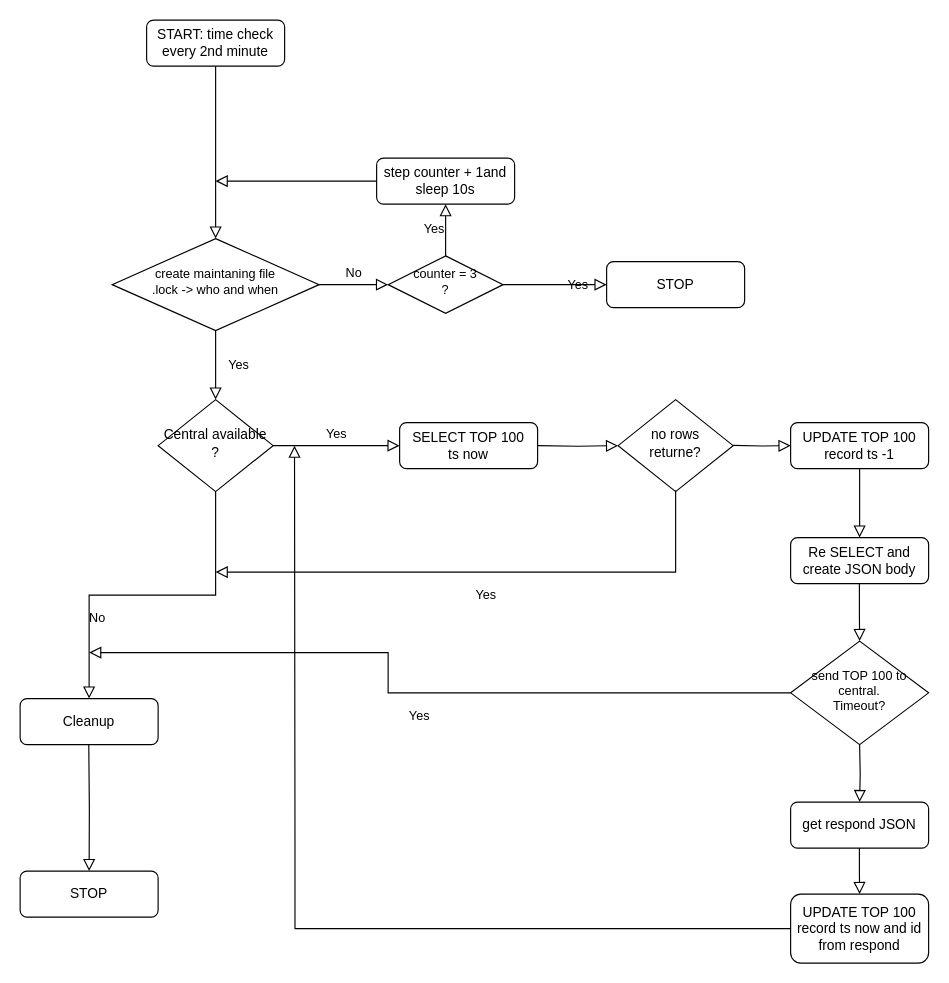
Above: Untitled Diagram.drawio in gyzszabo/go-hardware (draw.io), before the change. Source tidied: cells renumbered, new cells numbered last; positions are measured from the earlier drawing's top-left corner, leaving out a move shared by most shapes. Both pictures are drawn from the tidied source at 115%, with x=0, y=0 at pixel (20, 20).
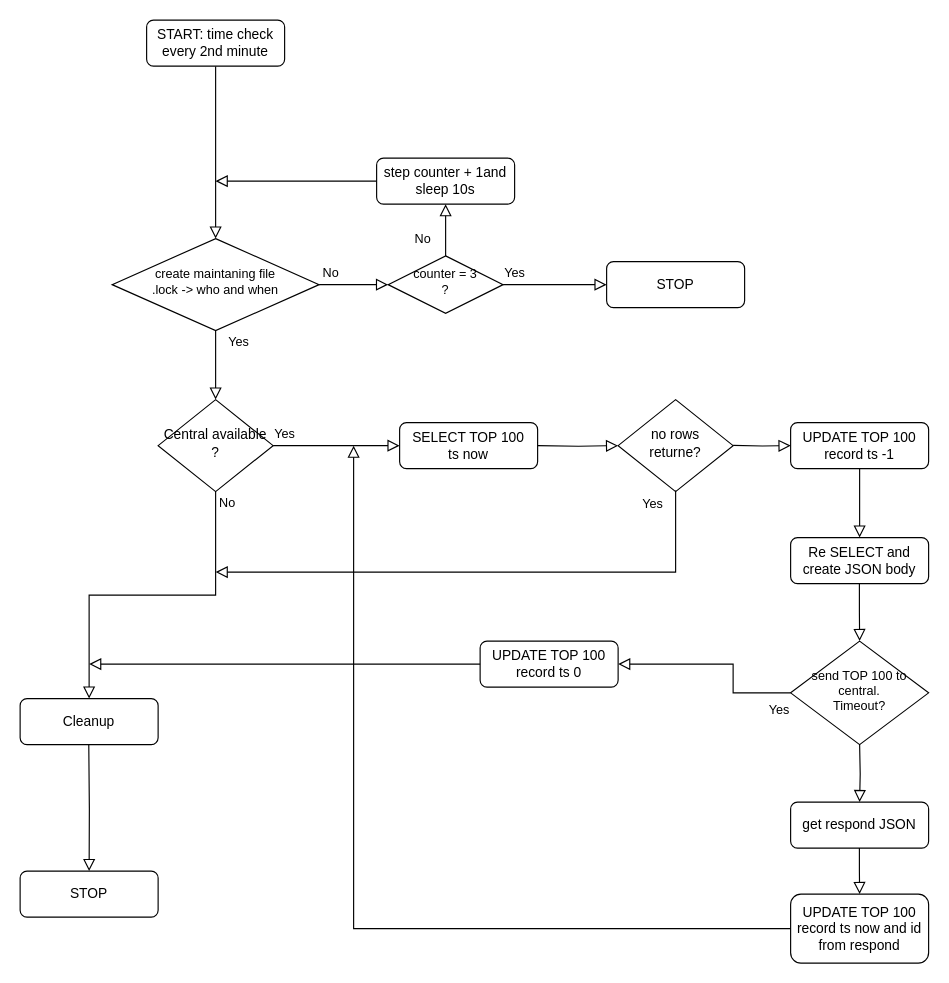
The same page after the edit.

Unchanged cells that the change refers to:
```xml
<mxCell id="6" value="&lt;div style=&quot;font-size: 11px&quot;&gt;&lt;font style=&quot;font-size: 11px&quot;&gt;create maintaning file&lt;/font&gt;&lt;/div&gt;&lt;div style=&quot;font-size: 11px&quot;&gt;&lt;font style=&quot;font-size: 11px&quot;&gt;.lock -&amp;gt; who and when&lt;br&gt;&lt;/font&gt;&lt;/div&gt;" style="rhombus;whiteSpace=wrap;html=1;shadow=0;fontFamily=Helvetica;fontSize=12;align=center;strokeWidth=1;spacing=6;spacingTop=-4;" parent="1" vertex="1">
  <mxGeometry x="80" y="190" width="180" height="80" as="geometry" />
</mxCell>
<mxCell id="10" value="&lt;div&gt;Central available&lt;/div&gt;&lt;div&gt;?&lt;br&gt;&lt;/div&gt;" style="rhombus;whiteSpace=wrap;html=1;shadow=0;fontFamily=Helvetica;fontSize=12;align=center;strokeWidth=1;spacing=6;spacingTop=-4;" parent="1" vertex="1">
  <mxGeometry x="120" y="330" width="100" height="80" as="geometry" />
</mxCell>
<mxCell id="11" value="Cleanup" style="rounded=1;whiteSpace=wrap;html=1;fontSize=12;glass=0;strokeWidth=1;shadow=0;" parent="1" vertex="1">
  <mxGeometry y="590" width="120" height="40" as="geometry" />
</mxCell>
<mxCell id="12" value="&lt;div&gt;SELECT TOP 100&lt;/div&gt;&lt;div&gt;ts now&lt;br&gt;&lt;/div&gt;" style="rounded=1;whiteSpace=wrap;html=1;fontSize=12;glass=0;strokeWidth=1;shadow=0;" parent="1" vertex="1">
  <mxGeometry x="330" y="350" width="120" height="40" as="geometry" />
</mxCell>
<mxCell id="13" value="&lt;div style=&quot;font-size: 11px&quot;&gt;&lt;font style=&quot;font-size: 11px&quot;&gt;counter = 3 &lt;br&gt;&lt;/font&gt;&lt;/div&gt;&lt;div style=&quot;font-size: 11px&quot;&gt;&lt;font style=&quot;font-size: 11px&quot;&gt;?&lt;br&gt;&lt;/font&gt;&lt;/div&gt;" style="rhombus;whiteSpace=wrap;html=1;shadow=0;fontFamily=Helvetica;fontSize=12;align=center;strokeWidth=1;spacing=6;spacingTop=-4;" parent="1" vertex="1">
  <mxGeometry x="320" y="205" width="100" height="50" as="geometry" />
</mxCell>
<mxCell id="14" value="step counter + 1and sleep 10s" style="rounded=1;whiteSpace=wrap;html=1;fontSize=12;glass=0;strokeWidth=1;shadow=0;" parent="1" vertex="1">
  <mxGeometry x="310" y="120" width="120" height="40" as="geometry" />
</mxCell>
<mxCell id="27" value="&lt;div style=&quot;font-size: 11px&quot;&gt;&lt;font style=&quot;font-size: 11px&quot;&gt;send TOP 100 to central. &lt;br&gt;&lt;/font&gt;&lt;/div&gt;&lt;div style=&quot;font-size: 11px&quot;&gt;&lt;font style=&quot;font-size: 11px&quot;&gt;Timeout?&lt;/font&gt;&lt;/div&gt;" style="rhombus;whiteSpace=wrap;html=1;shadow=0;fontFamily=Helvetica;fontSize=12;align=center;strokeWidth=1;spacing=6;spacingTop=-4;" parent="1" vertex="1">
  <mxGeometry x="670" y="540" width="120" height="90" as="geometry" />
</mxCell>
<mxCell id="32" value="UPDATE TOP 100 record ts now and id from respond " style="rounded=1;whiteSpace=wrap;html=1;fontSize=12;glass=0;strokeWidth=1;shadow=0;" parent="1" vertex="1">
  <mxGeometry x="670" y="760" width="120" height="60" as="geometry" />
</mxCell>
```

The edit, as a diff of the source:
```diff
@@
     <mxCell id="4" value="Yes" style="rounded=0;html=1;jettySize=auto;fontSize=11;endArrow=block;endFill=0;endSize=8;strokeWidth=1;shadow=0;labelBackgroundColor=none;edgeStyle=orthogonalEdgeStyle;" parent="1" edge="1" source="6" target="10">
-      <mxGeometry y="20" relative="1" as="geometry" />
+      <mxGeometry x="-0.67" y="20" relative="1" as="geometry" />
     </mxCell>
     <mxCell id="5" value="No" style="edgeStyle=orthogonalEdgeStyle;rounded=0;html=1;jettySize=auto;fontSize=11;endArrow=block;endFill=0;endSize=8;strokeWidth=1;shadow=0;labelBackgroundColor=none;entryX=0;entryY=0.5;entryDx=0;entryDy=0;" parent="1" edge="1" source="6" target="13">
-      <mxGeometry y="10" relative="1" as="geometry" />
+      <mxGeometry x="-0.67" y="10" relative="1" as="geometry" />
     </mxCell>
@@
     <mxCell id="8" value="No" style="rounded=0;html=1;jettySize=auto;fontSize=11;endArrow=block;endFill=0;endSize=8;strokeWidth=1;shadow=0;labelBackgroundColor=none;edgeStyle=orthogonalEdgeStyle;" parent="1" edge="1" source="10" target="11">
-      <mxGeometry x="0.33" y="20" relative="1" as="geometry" />
+      <mxGeometry x="-0.93" y="10" relative="1" as="geometry" />
     </mxCell>
     <mxCell id="9" value="Yes" style="edgeStyle=orthogonalEdgeStyle;rounded=0;html=1;jettySize=auto;fontSize=11;endArrow=block;endFill=0;endSize=8;strokeWidth=1;shadow=0;labelBackgroundColor=none;" parent="1" edge="1" source="10" target="12">
-      <mxGeometry y="10" relative="1" as="geometry" />
+      <mxGeometry x="-0.82" y="10" relative="1" as="geometry" />
     </mxCell>
@@
     <mxCell id="15" value="Yes" style="rounded=0;html=1;jettySize=auto;fontSize=11;endArrow=block;endFill=0;endSize=8;strokeWidth=1;shadow=0;labelBackgroundColor=none;edgeStyle=orthogonalEdgeStyle;exitX=1;exitY=0.5;exitDx=0;exitDy=0;" parent="1" edge="1" source="13">
-      <mxGeometry y="20" relative="1" as="geometry">
+      <mxGeometry x="-0.78" y="10" relative="1" as="geometry">
         <mxPoint x="510" y="230" as="targetPoint" />
       </mxGeometry>
     </mxCell>
-    <mxCell id="16" value="Yes" style="edgeStyle=orthogonalEdgeStyle;rounded=0;html=1;jettySize=auto;fontSize=11;endArrow=block;endFill=0;endSize=8;strokeWidth=1;shadow=0;labelBackgroundColor=none;entryX=0.5;entryY=1;entryDx=0;entryDy=0;" parent="1" edge="1" source="13" target="14">
-      <mxGeometry y="10" relative="1" as="geometry" />
+    <mxCell id="16" value="No" style="edgeStyle=orthogonalEdgeStyle;rounded=0;html=1;jettySize=auto;fontSize=11;endArrow=block;endFill=0;endSize=8;strokeWidth=1;shadow=0;labelBackgroundColor=none;entryX=0.5;entryY=1;entryDx=0;entryDy=0;" parent="1" edge="1" source="13" target="14">
+      <mxGeometry x="-0.33" y="20" relative="1" as="geometry" />
     </mxCell>
@@
     <mxCell id="21" value="Yes" style="rounded=0;html=1;jettySize=auto;orthogonalLoop=1;fontSize=11;endArrow=block;endFill=0;endSize=8;strokeWidth=1;shadow=0;labelBackgroundColor=none;edgeStyle=orthogonalEdgeStyle;" parent="1" edge="1">
-      <mxGeometry y="20" relative="1" as="geometry">
+      <mxGeometry x="-0.95" y="-20" relative="1" as="geometry">
         <mxPoint x="570" y="409" as="sourcePoint" />
         <mxPoint x="170" y="480" as="targetPoint" />
         <Array as="points">
           <mxPoint x="570" y="420" />
           <mxPoint x="570" y="420" />
           <mxPoint x="570" y="480" />
           <mxPoint x="170" y="480" />
         </Array>
       </mxGeometry>
     </mxCell>
@@
     <mxCell id="28" value="Yes" style="rounded=0;html=1;jettySize=auto;fontSize=11;endArrow=block;endFill=0;endSize=8;strokeWidth=1;shadow=0;labelBackgroundColor=none;edgeStyle=orthogonalEdgeStyle;exitX=0;exitY=0.5;exitDx=0;exitDy=0;" parent="1" edge="1" source="27">
-      <mxGeometry y="20" relative="1" as="geometry">
-        <mxPoint x="60" y="550" as="targetPoint" />
+      <mxGeometry x="-0.89" y="15" relative="1" as="geometry">
+        <mxPoint x="520" y="560" as="targetPoint" />
         <Array as="points">
-          <mxPoint x="320" y="585" />
+          <mxPoint x="620" y="585" />
+          <mxPoint x="620" y="560" />
         </Array>
       </mxGeometry>
     </mxCell>
@@
     <mxCell id="34" style="rounded=0;html=1;jettySize=auto;fontSize=11;endArrow=block;endFill=0;endSize=8;strokeWidth=1;shadow=0;labelBackgroundColor=none;edgeStyle=orthogonalEdgeStyle;exitX=0;exitY=0.5;exitDx=0;exitDy=0;" parent="1" edge="1" source="32">
       <mxGeometry relative="1" as="geometry">
-        <mxPoint x="238.6" y="370" as="targetPoint" />
+        <mxPoint x="290" y="370" as="targetPoint" />
         <Array as="points">
-          <mxPoint x="239" y="790" />
-          <mxPoint x="239" y="710" />
+          <mxPoint x="290" y="790" />
         </Array>
       </mxGeometry>
     </mxCell>
+    <mxCell id="35" value="UPDATE TOP 100 record ts 0" style="rounded=1;whiteSpace=wrap;html=1;fontSize=12;glass=0;strokeWidth=1;shadow=0;" parent="1" vertex="1">
+      <mxGeometry x="400" y="540" width="120" height="40" as="geometry" />
+    </mxCell>
+    <mxCell id="36" style="rounded=0;html=1;jettySize=auto;orthogonalLoop=1;fontSize=11;endArrow=block;endFill=0;endSize=8;strokeWidth=1;shadow=0;labelBackgroundColor=none;edgeStyle=orthogonalEdgeStyle;" parent="1" edge="1">
+      <mxGeometry relative="1" as="geometry">
+        <mxPoint x="400" y="560" as="sourcePoint" />
+        <mxPoint x="60" y="560" as="targetPoint" />
+      </mxGeometry>
+    </mxCell>
```
